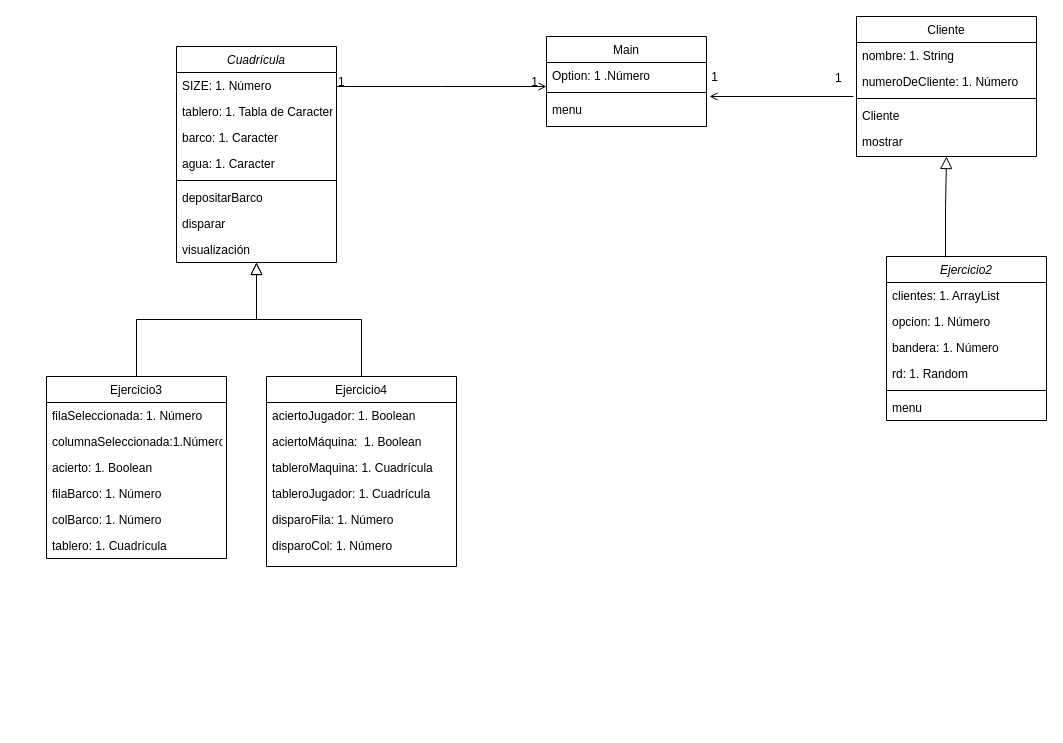
Before: UML.drawio in Patriesc/T7_POO, a draw.io diagram. Source tidied: cells renumbered, new cells numbered last; positions are measured from the earlier drawing's top-left corner, leaving out a move shared by most shapes. Both pictures are drawn from the tidied source at 100%, with x=0, y=0 at pixel (46, 16).
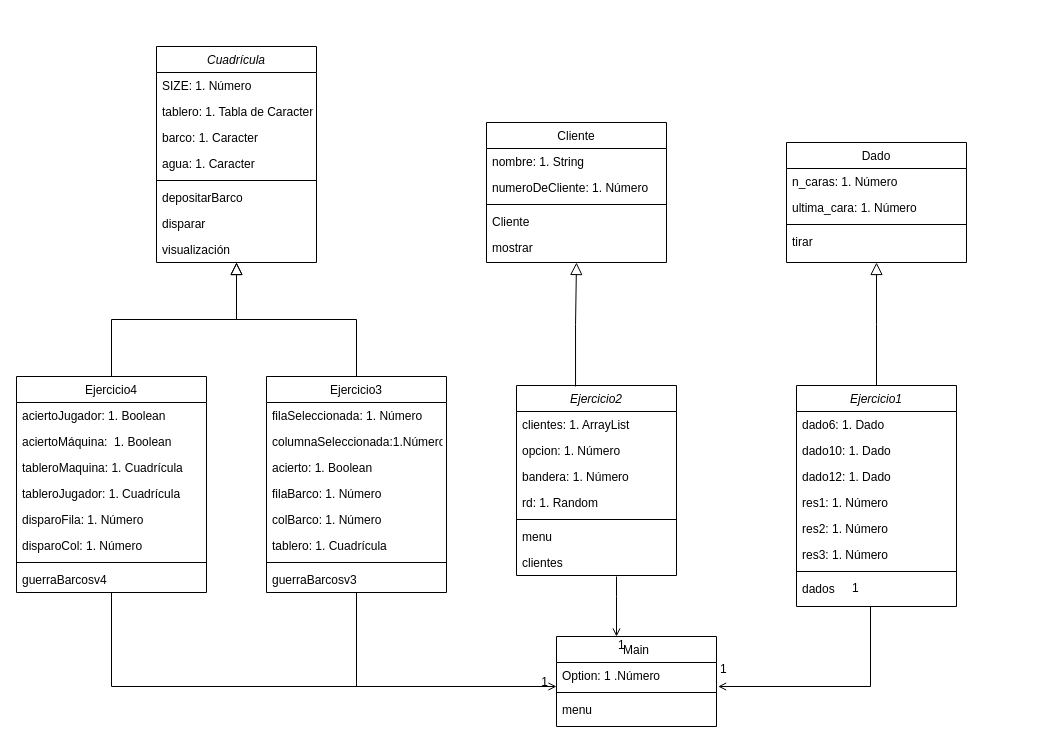
The same diagram, later.

The change refers to these unchanged cells:
```xml
<mxCell id="28" value="Option: 1 .Número" style="text;align=left;verticalAlign=top;spacingLeft=4;spacingRight=4;overflow=hidden;points=[[0,0.5],[1,0.5]];portConstraint=eastwest;" parent="27" vertex="1">
  <mxGeometry y="26" width="160" height="26" as="geometry" />
</mxCell>
<mxCell id="30" value="menu" style="text;align=left;verticalAlign=top;spacingLeft=4;spacingRight=4;overflow=hidden;points=[[0,0.5],[1,0.5]];portConstraint=eastwest;" parent="27" vertex="1">
  <mxGeometry y="60" width="160" height="26" as="geometry" />
</mxCell>
```

Diff of the diagram source:
```diff
@@
     <mxCell id="2" value="Cuadrícula" style="swimlane;fontStyle=2;align=center;verticalAlign=top;horizontal=1;startSize=26;rounded=0;shadow=0;strokeWidth=1;" parent="1" vertex="1">
-      <mxGeometry x="130" y="30" width="160" height="216" as="geometry" />
+      <mxGeometry x="110" y="30" width="160" height="216" as="geometry" />
     </mxCell>
@@
     <mxCell id="11" value="Ejercicio3" style="swimlane;fontStyle=0;align=center;verticalAlign=top;horizontal=1;startSize=26;rounded=0;shadow=0;strokeWidth=1;" parent="1" vertex="1">
-      <mxGeometry y="360" width="180" height="182" as="geometry" />
+      <mxGeometry x="220" y="360" width="180" height="216" as="geometry" />
     </mxCell>
@@
+    <mxCell id="51" style="line;html=1;strokeWidth=1;align=left;verticalAlign=middle;spacingTop=-1;spacingLeft=3;spacingRight=3;labelPosition=right;" parent="11" vertex="1">
+      <mxGeometry y="182" width="180" height="8" as="geometry" />
+    </mxCell>
+    <mxCell id="52" value="guerraBarcosv3" style="text;align=left;verticalAlign=top;spacingLeft=4;spacingRight=4;overflow=hidden;rounded=0;shadow=0;html=0;" parent="11" vertex="1">
+      <mxGeometry y="190" width="180" height="26" as="geometry" />
+    </mxCell>
@@
     <mxCell id="19" value="Ejercicio4" style="swimlane;fontStyle=0;align=center;verticalAlign=top;horizontal=1;startSize=26;rounded=0;shadow=0;strokeWidth=1;" parent="1" vertex="1">
-      <mxGeometry x="220" y="360" width="190" height="190" as="geometry" />
+      <mxGeometry x="-30" y="360" width="190" height="216" as="geometry" />
     </mxCell>
@@
+    <mxCell id="53" style="line;html=1;strokeWidth=1;align=left;verticalAlign=middle;spacingTop=-1;spacingLeft=3;spacingRight=3;labelPosition=right;" parent="19" vertex="1">
+      <mxGeometry y="182" width="190" height="8" as="geometry" />
+    </mxCell>
+    <mxCell id="54" value="guerraBarcosv4" style="text;align=left;verticalAlign=top;spacingLeft=4;spacingRight=4;overflow=hidden;" parent="19" vertex="1">
+      <mxGeometry y="190" width="190" height="26" as="geometry" />
+    </mxCell>
@@
     <mxCell id="27" value="Main" style="swimlane;fontStyle=0;align=center;verticalAlign=top;horizontal=1;startSize=26;rounded=0;shadow=0;strokeWidth=1;" parent="1" vertex="1">
-      <mxGeometry x="500" y="20" width="160" height="90" as="geometry" />
+      <mxGeometry x="510" y="620" width="160" height="90" as="geometry" />
     </mxCell>
@@
-    <mxCell id="31" style="endArrow=open;shadow=0;strokeWidth=1;rounded=0;endFill=1;edgeStyle=elbowEdgeStyle;elbow=vertical;" parent="1" edge="1" source="2" target="27">
+    <mxCell id="31" style="endArrow=open;shadow=0;strokeWidth=1;rounded=0;endFill=1;edgeStyle=elbowEdgeStyle;elbow=vertical;exitX=0.5;exitY=1;exitDx=0;exitDy=0;" parent="1" edge="1" source="19" target="27">
       <mxGeometry x="0.5" y="41" relative="1" as="geometry">
+        <Array as="points">
+          <mxPoint x="430" y="670" />
+          <mxPoint x="280" y="330" />
+          <mxPoint x="410" y="660" />
+        </Array>
         <mxPoint x="-40" y="32" as="offset" />
       </mxGeometry>
     </mxCell>
-    <mxCell id="32" value="1" style="align=left;verticalAlign=bottom;labelBackgroundColor=none;fontSize=12;" parent="31" vertex="1">
-      <mxGeometry x="-1" relative="1" as="geometry">
-        <mxPoint y="4" as="offset" />
-      </mxGeometry>
-    </mxCell>
@@
     <mxCell id="34" value="Cliente" style="swimlane;fontStyle=0;align=center;verticalAlign=top;horizontal=1;startSize=26;rounded=0;shadow=0;strokeWidth=1;" parent="1" vertex="1">
-      <mxGeometry x="810" width="180" height="140" as="geometry" />
+      <mxGeometry x="440" y="106" width="180" height="140" as="geometry" />
     </mxCell>
@@
     <mxCell id="40" value="Ejercicio2" style="swimlane;fontStyle=2;align=center;verticalAlign=top;horizontal=1;startSize=26;rounded=0;shadow=0;strokeWidth=1;" parent="1" vertex="1">
-      <mxGeometry x="840" y="240" width="160" height="164" as="geometry" />
+      <mxGeometry x="470" y="369" width="160" height="190" as="geometry" />
     </mxCell>
@@
+    <mxCell id="55" value="clientes" style="text;align=left;verticalAlign=top;spacingLeft=4;spacingRight=4;overflow=hidden;" parent="40" vertex="1">
+      <mxGeometry y="164" width="160" height="26" as="geometry" />
+    </mxCell>
-    <mxCell id="47" style="endArrow=open;shadow=0;strokeWidth=1;rounded=0;endFill=1;edgeStyle=elbowEdgeStyle;elbow=vertical;entryX=1.019;entryY=-0.038;entryDx=0;entryDy=0;entryPerimeter=0;" parent="1" edge="1" target="30">
+    <mxCell id="47" style="endArrow=open;shadow=0;strokeWidth=1;rounded=0;endFill=1;edgeStyle=elbowEdgeStyle;elbow=vertical;" parent="1" edge="1" target="27">
       <mxGeometry x="0.5" y="41" relative="1" as="geometry">
-        <mxPoint x="807" y="80" as="sourcePoint" />
+        <mxPoint x="570" y="560" as="sourcePoint" />
+        <Array as="points">
+          <mxPoint x="570" y="580" />
+          <mxPoint x="820" y="670" />
+        </Array>
         <mxPoint x="-40" y="32" as="offset" />
       </mxGeometry>
     </mxCell>
     <mxCell id="48" value="1" style="align=left;verticalAlign=bottom;labelBackgroundColor=none;fontSize=12;" parent="47" vertex="1">
       <mxGeometry x="-1" relative="1" as="geometry">
-        <mxPoint x="-20" y="-10" as="offset" />
+        <mxPoint y="77" as="offset" />
       </mxGeometry>
     </mxCell>
+    <mxCell id="50" style="endArrow=block;endSize=10;endFill=0;shadow=0;strokeWidth=1;rounded=0;edgeStyle=elbowEdgeStyle;elbow=vertical;entryX=0.5;entryY=1;entryDx=0;entryDy=0;exitX=0.369;exitY=0.005;exitDx=0;exitDy=0;exitPerimeter=0;" parent="1" edge="1" source="40" target="34">
+      <mxGeometry relative="1" as="geometry" />
+    </mxCell>
+    <mxCell id="56" style="endArrow=none;html=1;rounded=0;entryX=0.5;entryY=1;entryDx=0;entryDy=0;" parent="1" edge="1" target="11">
+      <mxGeometry relative="1" as="geometry">
+        <mxPoint x="310" y="670" as="sourcePoint" />
+      </mxGeometry>
+    </mxCell>
+    <mxCell id="57" value="Dado" style="swimlane;fontStyle=0;align=center;verticalAlign=top;horizontal=1;startSize=26;rounded=0;shadow=0;strokeWidth=1;" parent="1" vertex="1">
+      <mxGeometry x="740" y="126" width="180" height="120" as="geometry" />
+    </mxCell>
+    <mxCell id="58" value="n_caras: 1. Número" style="text;align=left;verticalAlign=top;spacingLeft=4;spacingRight=4;overflow=hidden;" parent="57" vertex="1">
+      <mxGeometry y="26" width="180" height="26" as="geometry" />
+    </mxCell>
+    <mxCell id="59" value="ultima_cara: 1. Número" style="text;align=left;verticalAlign=top;spacingLeft=4;spacingRight=4;overflow=hidden;rounded=0;shadow=0;html=0;" parent="57" vertex="1">
+      <mxGeometry y="52" width="180" height="26" as="geometry" />
+    </mxCell>
+    <mxCell id="60" style="line;html=1;strokeWidth=1;align=left;verticalAlign=middle;spacingTop=-1;spacingLeft=3;spacingRight=3;labelPosition=right;" parent="57" vertex="1">
+      <mxGeometry y="78" width="180" height="8" as="geometry" />
+    </mxCell>
+    <mxCell id="61" value="tirar" style="text;align=left;verticalAlign=top;spacingLeft=4;spacingRight=4;overflow=hidden;" parent="57" vertex="1">
+      <mxGeometry y="86" width="180" height="26" as="geometry" />
+    </mxCell>
+    <mxCell id="62" value="Ejercicio1" style="swimlane;fontStyle=2;align=center;verticalAlign=top;horizontal=1;startSize=26;rounded=0;shadow=0;strokeWidth=1;" parent="1" vertex="1">
+      <mxGeometry x="750" y="369" width="160" height="221" as="geometry" />
+    </mxCell>
+    <mxCell id="63" value="dado6: 1. Dado" style="text;align=left;verticalAlign=top;spacingLeft=4;spacingRight=4;overflow=hidden;" parent="62" vertex="1">
+      <mxGeometry y="26" width="160" height="26" as="geometry" />
+    </mxCell>
+    <mxCell id="64" value="dado10: 1. Dado" style="text;align=left;verticalAlign=top;spacingLeft=4;spacingRight=4;overflow=hidden;rounded=0;shadow=0;html=0;" parent="62" vertex="1">
+      <mxGeometry y="52" width="160" height="26" as="geometry" />
+    </mxCell>
+    <mxCell id="65" value="dado12: 1. Dado" style="text;align=left;verticalAlign=top;spacingLeft=4;spacingRight=4;overflow=hidden;rounded=0;shadow=0;html=0;" parent="62" vertex="1">
+      <mxGeometry y="78" width="160" height="26" as="geometry" />
+    </mxCell>
+    <mxCell id="66" value="res1: 1. Número" style="text;align=left;verticalAlign=top;spacingLeft=4;spacingRight=4;overflow=hidden;rounded=0;shadow=0;html=0;" parent="62" vertex="1">
+      <mxGeometry y="104" width="160" height="26" as="geometry" />
+    </mxCell>
+    <mxCell id="67" value="res2: 1. Número" style="text;align=left;verticalAlign=top;spacingLeft=4;spacingRight=4;overflow=hidden;rounded=0;shadow=0;html=0;" parent="62" vertex="1">
+      <mxGeometry y="130" width="160" height="26" as="geometry" />
+    </mxCell>
+    <mxCell id="68" value="res3: 1. Número" style="text;align=left;verticalAlign=top;spacingLeft=4;spacingRight=4;overflow=hidden;rounded=0;shadow=0;html=0;" parent="62" vertex="1">
+      <mxGeometry y="156" width="160" height="26" as="geometry" />
+    </mxCell>
+    <mxCell id="69" style="line;html=1;strokeWidth=1;align=left;verticalAlign=middle;spacingTop=-1;spacingLeft=3;spacingRight=3;labelPosition=right;" parent="62" vertex="1">
+      <mxGeometry y="182" width="160" height="8" as="geometry" />
+    </mxCell>
+    <mxCell id="70" value="dados" style="text;align=left;verticalAlign=top;spacingLeft=4;spacingRight=4;overflow=hidden;" parent="62" vertex="1">
+      <mxGeometry y="190" width="160" height="26" as="geometry" />
+    </mxCell>
+    <mxCell id="71" style="endArrow=block;endSize=10;endFill=0;shadow=0;strokeWidth=1;rounded=0;edgeStyle=elbowEdgeStyle;elbow=vertical;entryX=0.5;entryY=1;entryDx=0;entryDy=0;exitX=0.5;exitY=0;exitDx=0;exitDy=0;" parent="1" edge="1" source="62" target="57">
+      <mxGeometry relative="1" as="geometry" />
+    </mxCell>
+    <mxCell id="72" style="endArrow=open;shadow=0;strokeWidth=1;rounded=0;endFill=1;edgeStyle=elbowEdgeStyle;elbow=vertical;entryX=1.01;entryY=0.931;entryDx=0;entryDy=0;entryPerimeter=0;" parent="1" edge="1" target="28">
+      <mxGeometry x="0.5" y="41" relative="1" as="geometry">
+        <mxPoint x="824" y="590" as="sourcePoint" />
+        <Array as="points">
+          <mxPoint x="730" y="670" />
+          <mxPoint x="580" y="590" />
+          <mxPoint x="830" y="680" />
+        </Array>
+        <mxPoint x="-40" y="32" as="offset" />
+      </mxGeometry>
+    </mxCell>
+    <mxCell id="32" value="1" style="align=left;verticalAlign=bottom;labelBackgroundColor=none;fontSize=12;" parent="72" vertex="1">
+      <mxGeometry x="-1" relative="1" as="geometry">
+        <mxPoint x="-20" y="-10" as="offset" />
+      </mxGeometry>
+    </mxCell>
-    <mxCell id="49" value="1" style="align=right;verticalAlign=bottom;labelBackgroundColor=none;fontSize=12;" parent="47" vertex="1">
+    <mxCell id="49" value="1" style="align=right;verticalAlign=bottom;labelBackgroundColor=none;fontSize=12;" parent="72" vertex="1">
       <mxGeometry x="1" relative="1" as="geometry">
         <mxPoint x="10" y="-10" as="offset" />
       </mxGeometry>
     </mxCell>
-    <mxCell id="50" style="endArrow=block;endSize=10;endFill=0;shadow=0;strokeWidth=1;rounded=0;edgeStyle=elbowEdgeStyle;elbow=vertical;entryX=0.5;entryY=1;entryDx=0;entryDy=0;exitX=0.369;exitY=0.005;exitDx=0;exitDy=0;exitPerimeter=0;" parent="1" edge="1" source="40" target="34">
-      <mxGeometry relative="1" as="geometry" />
-    </mxCell>
```
